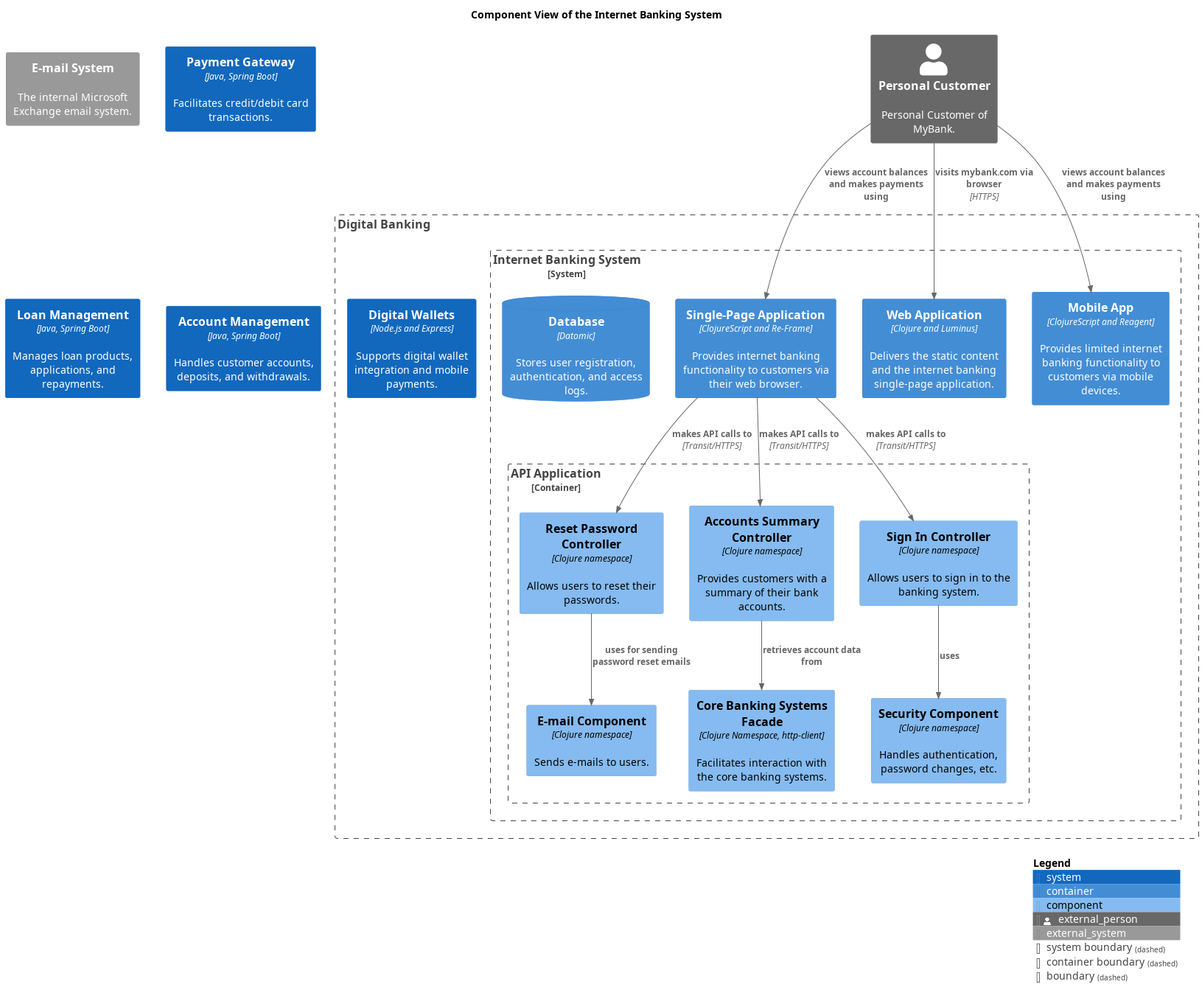
The PlantUML diagram docs/mybank/digital-banking/internet-banking-system/component-view.png in soulspace-org/my-bank-model, before a commit.
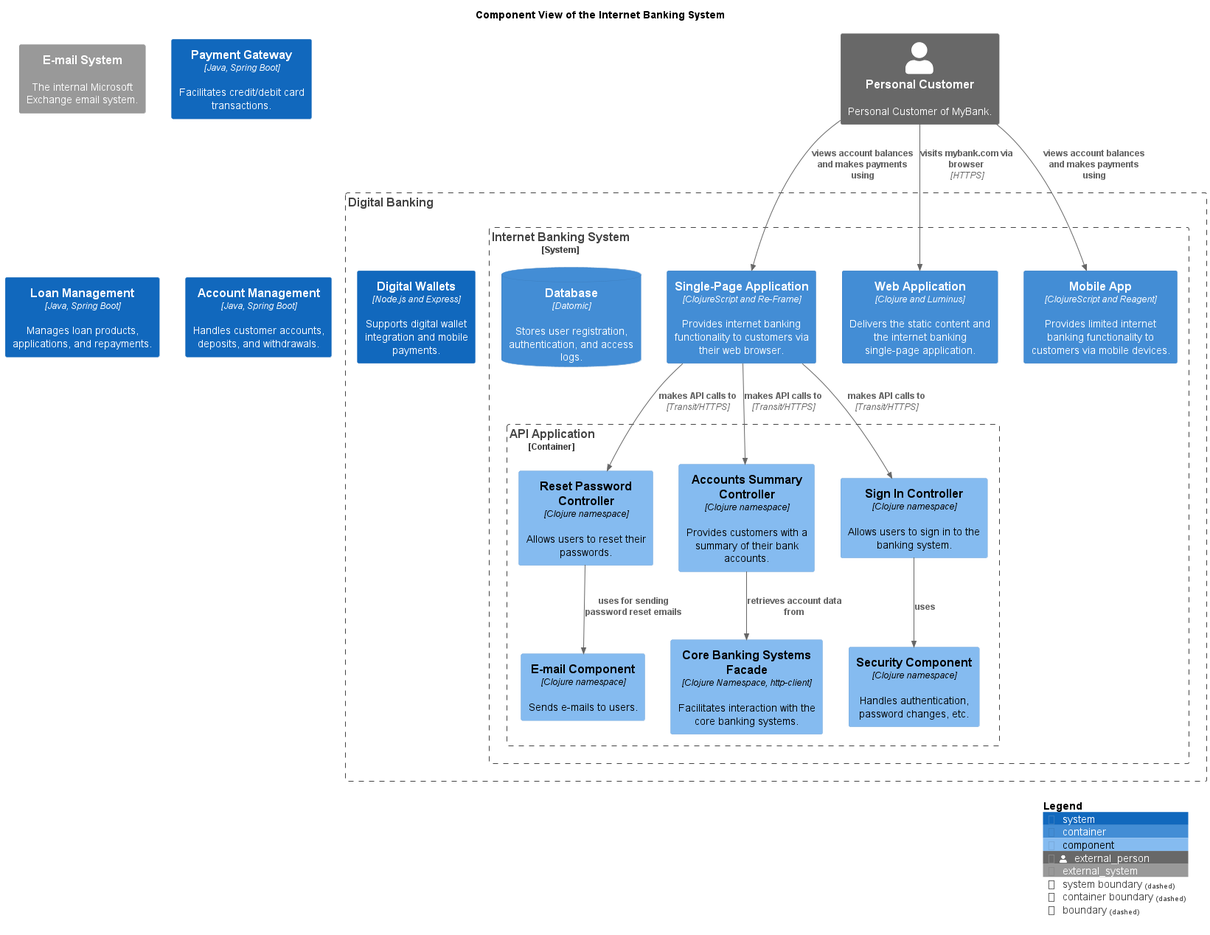
The same diagram one commit later.

Diff of the diagram source:
```diff
@@ -14,10 +14,6 @@
 
 title Component View of the Internet Banking System
 System_Ext(mybank_emailSystem, "E-mail System", $descr="The internal Microsoft Exchange email system.")
-Person_Ext(mybank_personalCustomer, "Personal Customer", $descr="Personal Customer of MyBank.")
-System(mybank_payment_paymentGatewaySystem, "Payment Gateway", $descr="Facilitates credit/debit card transactions.", $type="Java, Spring Boot")
-System(mybank_coreBanking_loanManagementSystem, "Loan Management", $descr="Manages loan products, applications, and repayments.", $type="Java, Spring Boot")
-System(mybank_coreBanking_accountManagementSystem, "Account Management", $descr="Handles customer accounts, deposits, and withdrawals.", $type="Java, Spring Boot")
 Boundary(mybank_digitalBanking_contextBoundary, "Digital Banking") {
   System(mybank_digitalBanking_digitalWalletsSystem, "Digital Wallets", $descr="Supports digital wallet integration and mobile payments.", $type="Node.js and Express")
   System_Boundary(mybank_digitalBanking_internetBankingSystem_internetBankingSystem, "Internet Banking System") {
@@ -34,21 +30,11 @@
     Container(mybank_digitalBanking_internetBankingSystem_mobileApp, "Mobile App", $descr="Provides limited internet banking functionality to customers via mobile devices.", $techn="ClojureScript and Reagent")
     ContainerDb(mybank_digitalBanking_internetBankingSystem_database, "Database", $descr="Stores user registration, authentication, and access logs.", $techn="Datomic")
   }
-  System_Boundary(mybank_digitalBanking_internetBankingSystem_internetBankingSystem, "Internet Banking System") {
-    Container_Boundary(mybank_digitalBanking_internetBankingSystem_apiApplication, "API Application") {
-      Component(mybank_digitalBanking_internetBankingSystem_securityComponent, "Security Component", $descr="Handles authentication, password changes, etc.", $techn="Clojure namespace")
-      Component(mybank_digitalBanking_internetBankingSystem_resetPasswordController, "Reset Password Controller", $descr="Allows users to reset their passwords.", $techn="Clojure namespace")
-      Component(mybank_digitalBanking_internetBankingSystem_emailComponent, "E-mail Component", $descr="Sends e-mails to users.", $techn="Clojure namespace")
-      Component(mybank_digitalBanking_internetBankingSystem_coreBankingSystemsFacade, "Core Banking Systems Facade", $descr="Facilitates interaction with the core banking systems.", $techn="Clojure Namespace, http-client")
-      Component(mybank_digitalBanking_internetBankingSystem_accountsSummaryController, "Accounts Summary Controller", $descr="Provides customers with a summary of their bank accounts.", $techn="Clojure namespace")
-      Component(mybank_digitalBanking_internetBankingSystem_signInController, "Sign In Controller", $descr="Allows users to sign in to the banking system.", $techn="Clojure namespace")
-    }
-    Container(mybank_digitalBanking_internetBankingSystem_singlePageApp, "Single-Page Application", $descr="Provides internet banking functionality to customers via their web browser.", $techn="ClojureScript and Re-Frame")
-    Container(mybank_digitalBanking_internetBankingSystem_webApp, "Web Application", $descr="Delivers the static content and the internet banking single-page application.", $techn="Clojure and Luminus")
-    Container(mybank_digitalBanking_internetBankingSystem_mobileApp, "Mobile App", $descr="Provides limited internet banking functionality to customers via mobile devices.", $techn="ClojureScript and Reagent")
-    ContainerDb(mybank_digitalBanking_internetBankingSystem_database, "Database", $descr="Stores user registration, authentication, and access logs.", $techn="Datomic")
-  }
 }
+Person_Ext(mybank_personalCustomer, "Personal Customer", $descr="Personal Customer of MyBank.")
+System(mybank_payment_paymentGatewaySystem, "Payment Gateway", $descr="Facilitates credit/debit card transactions.", $type="Java, Spring Boot")
+System(mybank_coreBanking_loanManagementSystem, "Loan Management", $descr="Manages loan products, applications, and repayments.", $type="Java, Spring Boot")
+System(mybank_coreBanking_accountManagementSystem, "Account Management", $descr="Handles customer accounts, deposits, and withdrawals.", $type="Java, Spring Boot")
 Rel(mybank_personalCustomer, mybank_digitalBanking_internetBankingSystem_webApp, "visits mybank.com via browser", $techn="HTTPS")
 Rel(mybank_digitalBanking_internetBankingSystem_accountsSummaryController, mybank_digitalBanking_internetBankingSystem_coreBankingSystemsFacade, "retrieves account data from")
 Rel(mybank_personalCustomer, mybank_digitalBanking_internetBankingSystem_singlePageApp, "views account balances and makes payments using")
```
